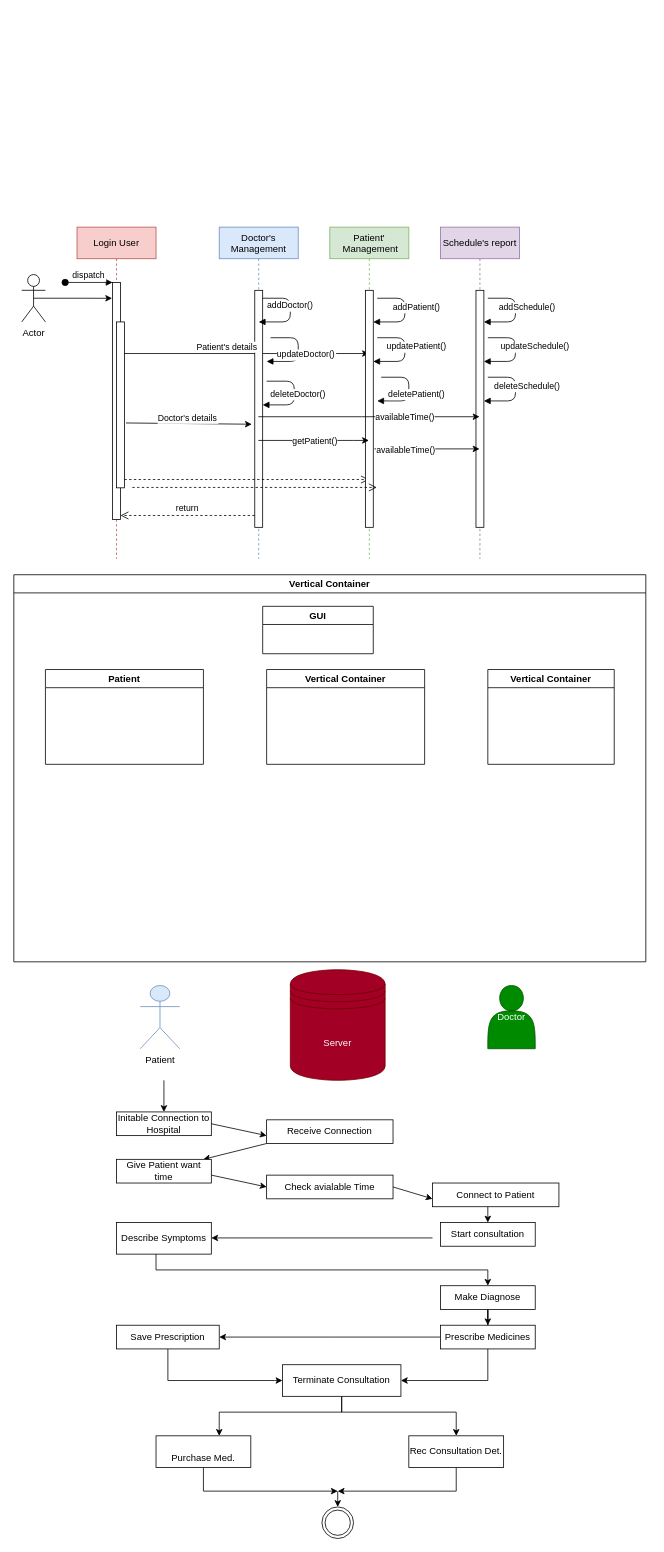
Elshadbbyv/Elshadbbyv keeps this draw.io diagram as Untitled Diagram.drawio. Above is the earlier version. Source tidied: cells renumbered, new cells numbered last; positions are measured from the earlier drawing's top-left corner, leaving out a move shared by most shapes. Both pictures are drawn from the tidied source at 79%, with x=0, y=0 at pixel (13, 227).
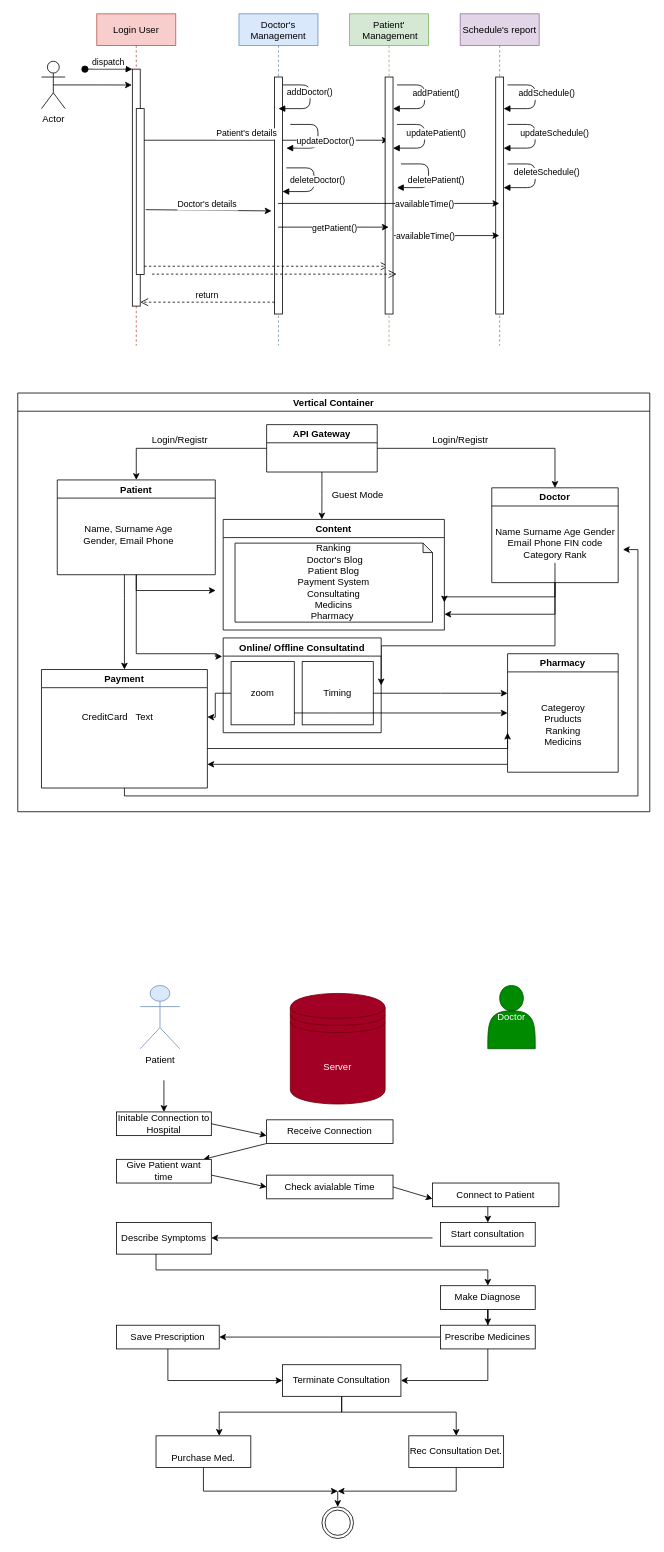
Above is the later version.

The change refers to these unchanged cells:
```xml
<mxCell id="8" style="points=[];perimeter=orthogonalPerimeter;rounded=0;shadow=0;strokeWidth=1;" parent="7" vertex="1">
  <mxGeometry x="45" y="80" width="10" height="300" as="geometry" />
</mxCell>
```

The edit, as a diff of the source:
```diff
@@
     <mxCell id="2" value="Login User" style="shape=umlLifeline;perimeter=lifelinePerimeter;rounded=0;shadow=0;strokeWidth=1;fillColor=#f8cecc;strokeColor=#b85450;" parent="1" vertex="1">
-      <mxGeometry x="80" width="100" height="420" as="geometry" />
+      <mxGeometry x="105" y="-270" width="100" height="420" as="geometry" />
     </mxCell>
@@
     <mxCell id="7" value="Doctor's &#10;Management" style="shape=umlLifeline;perimeter=lifelinePerimeter;rounded=0;shadow=0;strokeWidth=1;fillColor=#dae8fc;strokeColor=#6c8ebf;" parent="1" vertex="1">
-      <mxGeometry x="260" width="100" height="420" as="geometry" />
+      <mxGeometry x="285" y="-270" width="100" height="420" as="geometry" />
     </mxCell>
@@
     <mxCell id="12" value="addDoctor()" style="verticalAlign=bottom;endArrow=block;shadow=0;strokeWidth=1;" parent="1" edge="1" source="8">
       <mxGeometry relative="1" as="geometry">
-        <mxPoint x="310" y="120" as="targetPoint" />
+        <mxPoint x="335" y="-150" as="targetPoint" />
         <Array as="points">
-          <mxPoint x="350" y="90" />
-          <mxPoint x="350" y="120" />
+          <mxPoint x="375" y="-180" />
+          <mxPoint x="375" y="-150" />
         </Array>
       </mxGeometry>
     </mxCell>
@@
     <mxCell id="15" value="Actor" style="shape=umlActor;verticalLabelPosition=bottom;verticalAlign=top;html=1;outlineConnect=0;" parent="1" vertex="1">
-      <mxGeometry x="10" y="60" width="30" height="60" as="geometry" />
+      <mxGeometry x="35" y="-210" width="30" height="60" as="geometry" />
     </mxCell>
     <mxCell id="16" value="Schedule's report" style="shape=umlLifeline;perimeter=lifelinePerimeter;rounded=0;shadow=0;strokeWidth=1;fillColor=#e1d5e7;strokeColor=#9673a6;" parent="1" vertex="1">
-      <mxGeometry x="540" width="100" height="420" as="geometry" />
+      <mxGeometry x="565" y="-270" width="100" height="420" as="geometry" />
     </mxCell>
@@
     <mxCell id="21" value="Patient'&#10; Management" style="shape=umlLifeline;perimeter=lifelinePerimeter;rounded=0;shadow=0;strokeWidth=1;fillColor=#d5e8d4;strokeColor=#82b366;" parent="1" vertex="1">
-      <mxGeometry x="400" width="100" height="420" as="geometry" />
+      <mxGeometry x="425" y="-270" width="100" height="420" as="geometry" />
     </mxCell>
@@
     <mxCell id="27" value="Doctor's details" style="verticalAlign=bottom;endArrow=open;dashed=1;endSize=8;exitX=1;exitY=0.95;shadow=0;strokeWidth=1;" parent="1" edge="1">
       <mxGeometry x="-0.55" y="80" relative="1" as="geometry">
-        <mxPoint x="150" y="329.5" as="sourcePoint" />
-        <mxPoint x="459.5" y="329.5" as="targetPoint" />
+        <mxPoint x="175" y="59.5" as="sourcePoint" />
+        <mxPoint x="484.5" y="59.5" as="targetPoint" />
         <mxPoint y="1" as="offset" />
       </mxGeometry>
     </mxCell>
     <mxCell id="28" style="endArrow=classic;html=1;rounded=0;" parent="1" edge="1" source="7" target="21">
       <mxGeometry relative="1" as="geometry">
         <Array as="points">
-          <mxPoint x="380" y="270" />
-          <mxPoint x="430" y="270" />
+          <mxPoint x="405" />
+          <mxPoint x="455" />
         </Array>
       </mxGeometry>
     </mxCell>
@@
     <mxCell id="30" style="endArrow=classic;html=1;rounded=0;" parent="1" edge="1" source="7" target="16">
       <mxGeometry relative="1" as="geometry">
         <Array as="points">
-          <mxPoint x="440" y="240" />
+          <mxPoint x="465" y="-30" />
         </Array>
       </mxGeometry>
     </mxCell>
@@
     <mxCell id="34" value="Vertical Container" style="swimlane;" parent="1" vertex="1">
-      <mxGeometry y="440" width="800" height="490" as="geometry" />
+      <mxGeometry x="5" y="210" width="800" height="530" as="geometry" />
     </mxCell>
+    <mxCell id="73" style="edgeStyle=orthogonalEdgeStyle;rounded=0;jettySize=auto;html=1;" parent="34" edge="1" source="35" target="36">
+      <mxGeometry relative="1" as="geometry" />
+    </mxCell>
+    <mxCell id="74" style="edgeStyle=orthogonalEdgeStyle;rounded=0;jettySize=auto;html=1;entryX=0.446;entryY=0;entryDx=0;entryDy=0;entryPerimeter=0;" parent="34" edge="1" source="35" target="37">
+      <mxGeometry relative="1" as="geometry" />
+    </mxCell>
-    <mxCell id="35" value="GUI" style="swimlane;" parent="34" vertex="1">
+    <mxCell id="35" value="API Gateway" style="swimlane;" parent="34" vertex="1">
       <mxGeometry x="315" y="40" width="140" height="60" as="geometry" />
     </mxCell>
+    <mxCell id="75" style="edgeStyle=orthogonalEdgeStyle;rounded=0;jettySize=auto;html=1;" parent="34" edge="1" source="36" target="88">
+      <mxGeometry relative="1" as="geometry">
+        <Array as="points">
+          <mxPoint x="135" y="260" />
+          <mxPoint x="135" y="260" />
+        </Array>
+      </mxGeometry>
+    </mxCell>
-    <mxCell id="36" value="Patient" style="swimlane;" parent="34" vertex="1">
-      <mxGeometry x="40" y="120" width="200" height="120" as="geometry" />
+    <mxCell id="36" value="Patient" style="swimlane;startSize=23;" parent="34" vertex="1">
+      <mxGeometry x="50" y="110" width="200" height="120" as="geometry" />
     </mxCell>
-    <mxCell id="37" value="Vertical Container" style="swimlane;" parent="34" vertex="1">
-      <mxGeometry x="320" y="120" width="200" height="120" as="geometry" />
+    <mxCell id="37" value="Content" style="swimlane;" parent="34" vertex="1">
+      <mxGeometry x="260" y="160" width="280" height="140" as="geometry" />
     </mxCell>
+    <mxCell id="76" value="Ranking&lt;br&gt;&amp;nbsp;Doctor's Blog&lt;br&gt;Patient Blog&lt;br&gt;Payment System&lt;br&gt;Consultating&lt;br&gt;Medicins&lt;br&gt;Pharmacy&amp;nbsp;" style="shape=note;whiteSpace=wrap;html=1;backgroundOutline=1;darkOpacity=0.05;size=12;" parent="37" vertex="1">
+      <mxGeometry x="15" y="30" width="250" height="100" as="geometry" />
+    </mxCell>
+    <mxCell id="77" style="edgeStyle=orthogonalEdgeStyle;rounded=0;jettySize=auto;html=1;entryX=1;entryY=0.5;entryDx=0;entryDy=0;" parent="34" edge="1" source="38" target="79">
+      <mxGeometry relative="1" as="geometry">
+        <Array as="points">
+          <mxPoint x="680" y="320" />
+          <mxPoint x="460" y="320" />
+        </Array>
+      </mxGeometry>
+    </mxCell>
-    <mxCell id="38" value="Vertical Container" style="swimlane;" parent="34" vertex="1">
+    <mxCell id="38" value="Doctor" style="swimlane;startSize=23;" parent="34" vertex="1">
       <mxGeometry x="600" y="120" width="160" height="120" as="geometry" />
     </mxCell>
+    <mxCell id="78" style="edgeStyle=orthogonalEdgeStyle;rounded=0;jettySize=auto;html=1;" parent="34" edge="1" source="35" target="38">
+      <mxGeometry relative="1" as="geometry">
+        <Array as="points">
+          <mxPoint x="680" y="70" />
+        </Array>
+      </mxGeometry>
+    </mxCell>
+    <mxCell id="79" value="Online/ Offline Consultatind" style="swimlane;" parent="34" vertex="1">
+      <mxGeometry x="260" y="310" width="200" height="120" as="geometry" />
+    </mxCell>
+    <mxCell id="80" value="zoom" style="rounded=0;whiteSpace=wrap;html=1;" parent="79" vertex="1">
+      <mxGeometry x="10" y="30" width="80" height="80" as="geometry" />
+    </mxCell>
+    <mxCell id="81" value="Timing" style="rounded=0;whiteSpace=wrap;html=1;" parent="79" vertex="1">
+      <mxGeometry x="100" y="30" width="90" height="80" as="geometry" />
+    </mxCell>
+    <mxCell id="82" style="edgeStyle=orthogonalEdgeStyle;rounded=0;jettySize=auto;html=1;entryX=-0.006;entryY=0.195;entryDx=0;entryDy=0;entryPerimeter=0;" parent="34" edge="1" source="36" target="79">
+      <mxGeometry relative="1" as="geometry">
+        <Array as="points">
+          <mxPoint x="150" y="330" />
+          <mxPoint x="250" y="330" />
+          <mxPoint x="250" y="333" />
+        </Array>
+      </mxGeometry>
+    </mxCell>
+    <mxCell id="83" value="Pharmacy" style="swimlane;startSize=23;" parent="34" vertex="1">
+      <mxGeometry x="620" y="330" width="140" height="150" as="geometry" />
+    </mxCell>
+    <mxCell id="84" value="Categeroy&lt;br&gt;Pruducts&lt;br&gt;Ranking&lt;br&gt;Medicins" style="text;html=1;align=center;verticalAlign=middle;strokeColor=none;fillColor=none;" parent="83" vertex="1">
+      <mxGeometry x="35" y="60" width="70" height="60" as="geometry" />
+    </mxCell>
+    <mxCell id="85" style="edgeStyle=orthogonalEdgeStyle;rounded=0;jettySize=auto;html=1;entryX=0;entryY=0.5;entryDx=0;entryDy=0;" parent="34" edge="1" source="80" target="83">
+      <mxGeometry relative="1" as="geometry">
+        <Array as="points">
+          <mxPoint x="400" y="405" />
+          <mxPoint x="400" y="405" />
+        </Array>
+      </mxGeometry>
+    </mxCell>
+    <mxCell id="86" value="Login/Registr" style="text;html=1;align=center;verticalAlign=middle;strokeColor=none;fillColor=none;" parent="34" vertex="1">
+      <mxGeometry x="160" y="50" width="90" height="20" as="geometry" />
+    </mxCell>
+    <mxCell id="87" value="Guest Mode" style="text;html=1;align=center;verticalAlign=middle;strokeColor=none;fillColor=none;" parent="34" vertex="1">
+      <mxGeometry x="390" y="120" width="80" height="20" as="geometry" />
+    </mxCell>
+    <mxCell id="88" value="Payment" style="swimlane;" parent="34" vertex="1">
+      <mxGeometry x="30" y="350" width="210" height="150" as="geometry" />
+    </mxCell>
@@
     <mxCell id="41" value="Server" style="shape=datastore;whiteSpace=wrap;html=1;fillColor=#a20025;fontColor=#ffffff;strokeColor=#6F0000;" parent="1" vertex="1">
-      <mxGeometry x="350" y="940" width="120" height="140" as="geometry" />
+      <mxGeometry x="350" y="970" width="120" height="140" as="geometry" />
     </mxCell>
@@
+    <mxCell id="89" value="Name, Surname Age &lt;br&gt;Gender, Email Phone" style="text;html=1;align=center;verticalAlign=middle;strokeColor=none;fillColor=none;" parent="1" vertex="1">
+      <mxGeometry x="80" y="375" width="130" height="30" as="geometry" />
+    </mxCell>
+    <mxCell id="90" style="edgeStyle=orthogonalEdgeStyle;rounded=0;jettySize=auto;html=1;entryX=1;entryY=0.75;entryDx=0;entryDy=0;" parent="1" edge="1" source="91" target="37">
+      <mxGeometry relative="1" as="geometry">
+        <Array as="points">
+          <mxPoint x="685" y="468" />
+        </Array>
+      </mxGeometry>
+    </mxCell>
+    <mxCell id="91" value="Name Surname Age Gender &lt;br&gt;Email Phone FIN code&lt;br&gt;Category Rank" style="text;html=1;align=center;verticalAlign=middle;points=[];strokeColor=none;fillColor=none;" parent="1" vertex="1">
+      <mxGeometry x="600" y="375" width="170" height="50" as="geometry" />
+    </mxCell>
+    <mxCell id="92" style="edgeStyle=orthogonalEdgeStyle;rounded=0;jettySize=auto;html=1;" parent="1" edge="1" source="38">
+      <mxGeometry relative="1" as="geometry">
+        <mxPoint x="545" y="490" as="targetPoint" />
+        <Array as="points">
+          <mxPoint x="685" y="490" />
+          <mxPoint x="545" y="490" />
+        </Array>
+      </mxGeometry>
+    </mxCell>
+    <mxCell id="93" style="edgeStyle=orthogonalEdgeStyle;rounded=0;jettySize=auto;html=1;" parent="1" edge="1" source="36">
+      <mxGeometry relative="1" as="geometry">
+        <mxPoint x="255" y="460" as="targetPoint" />
+      </mxGeometry>
+    </mxCell>
+    <mxCell id="94" style="edgeStyle=orthogonalEdgeStyle;rounded=0;jettySize=auto;html=1;" parent="1" edge="1" source="81">
+      <mxGeometry relative="1" as="geometry">
+        <mxPoint x="625" y="590" as="targetPoint" />
+      </mxGeometry>
+    </mxCell>
+    <mxCell id="95" value="Login/Registr" style="text;html=1;align=center;verticalAlign=middle;strokeColor=none;fillColor=none;" parent="1" vertex="1">
+      <mxGeometry x="520" y="260" width="90" height="20" as="geometry" />
+    </mxCell>
+    <mxCell id="96" value="CreditCard" style="text;html=1;align=center;verticalAlign=middle;strokeColor=none;fillColor=none;" parent="1" vertex="1">
+      <mxGeometry x="80" y="610" width="70" height="20" as="geometry" />
+    </mxCell>
+    <mxCell id="97" value="Text" style="text;html=1;align=center;verticalAlign=middle;strokeColor=none;fillColor=none;" parent="1" vertex="1">
+      <mxGeometry x="145" y="610" width="40" height="20" as="geometry" />
+    </mxCell>
+    <mxCell id="98" style="edgeStyle=orthogonalEdgeStyle;rounded=0;jettySize=auto;html=1;" parent="1" edge="1" source="83">
+      <mxGeometry relative="1" as="geometry">
+        <mxPoint x="245" y="680" as="targetPoint" />
+        <Array as="points">
+          <mxPoint x="625" y="680" />
+          <mxPoint x="625" y="680" />
+        </Array>
+      </mxGeometry>
+    </mxCell>
+    <mxCell id="99" style="edgeStyle=orthogonalEdgeStyle;rounded=0;jettySize=auto;html=1;" parent="1" edge="1" source="88">
+      <mxGeometry relative="1" as="geometry">
+        <mxPoint x="625" y="640" as="targetPoint" />
+        <Array as="points">
+          <mxPoint x="625" y="660" />
+        </Array>
+      </mxGeometry>
+    </mxCell>
+    <mxCell id="100" style="edgeStyle=orthogonalEdgeStyle;rounded=0;jettySize=auto;html=1;entryX=1.006;entryY=0.664;entryDx=0;entryDy=0;entryPerimeter=0;" parent="1" edge="1" source="88" target="91">
+      <mxGeometry relative="1" as="geometry">
+        <Array as="points">
+          <mxPoint x="140" y="720" />
+          <mxPoint x="790" y="720" />
+          <mxPoint x="790" y="408" />
+        </Array>
+      </mxGeometry>
+    </mxCell>
+    <mxCell id="101" style="edgeStyle=orthogonalEdgeStyle;rounded=0;jettySize=auto;html=1;" parent="1" edge="1" source="80">
+      <mxGeometry relative="1" as="geometry">
+        <mxPoint x="245" y="620" as="targetPoint" />
+      </mxGeometry>
+    </mxCell>
```
